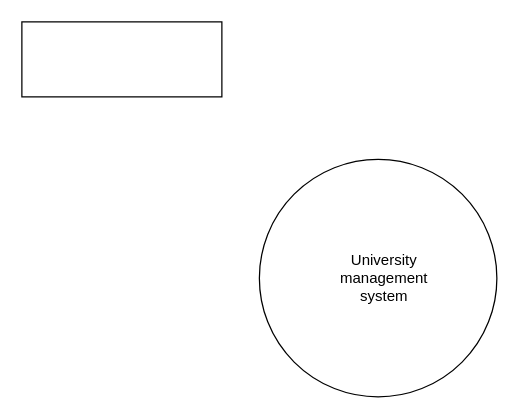
Above: university_management.drawio in mdarslan7/sepm_lab_diagrams (draw.io), before the change. Source tidied: cells renumbered, new cells numbered last; positions are measured from the earlier drawing's top-left corner, leaving out a move shared by most shapes. Both pictures are drawn from the tidied source at 125%, with x=0, y=0 at pixel (21, 21).
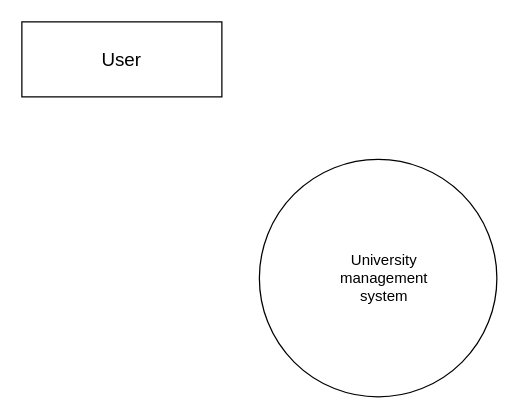
The same diagram, later.

The edit, as a diff of the source:
```diff
@@
 <mxGraphModel>
   <root>
     <mxCell id="0" />
     <mxCell id="1" parent="0" />
     <mxCell id="2" style="ellipse;whiteSpace=wrap;html=1;" parent="1" vertex="1">
       <mxGeometry x="190" y="110" width="190" height="190" as="geometry" />
     </mxCell>
     <mxCell id="3" value="University&lt;br&gt;management&lt;br&gt;system" style="text;strokeColor=none;align=center;fillColor=none;html=1;verticalAlign=middle;whiteSpace=wrap;rounded=0;" parent="1" vertex="1">
       <mxGeometry x="250" y="190" width="80" height="30" as="geometry" />
     </mxCell>
-    <mxCell id="4" style="rounded=0;whiteSpace=wrap;html=1;" parent="1" vertex="1">
+    <mxCell id="4" value="&lt;font style=&quot;font-size: 15px;&quot;&gt;User&lt;/font&gt;" style="rounded=0;whiteSpace=wrap;html=1;" parent="1" vertex="1">
       <mxGeometry width="160" height="60" as="geometry" />
     </mxCell>
   </root>
 </mxGraphModel>
```
